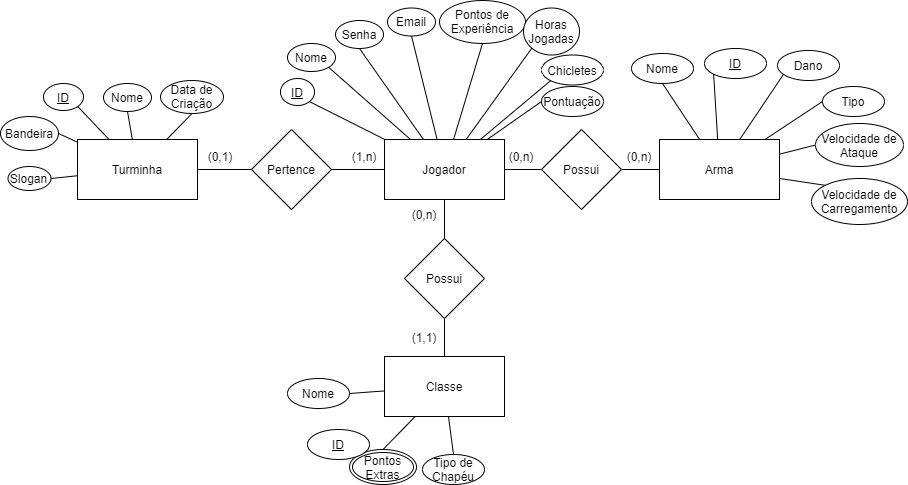
Earlier version of the draw.io export Modelos/Modelo Conceitual.png (Bemesko/Trabalho-Final-Banco-de-Dados). Source tidied: cells renumbered, new cells last; positions are measured from the earlier drawing's top-left corner, leaving out a move shared by most shapes. Its diagram source:
```xml
<mxGraphModel>
  <root>
    <mxCell id="0" />
    <mxCell id="1" parent="0" />
    <mxCell id="2" style="edgeStyle=orthogonalEdgeStyle;rounded=0;jettySize=auto;html=1;exitX=1;exitY=0.5;exitDx=0;exitDy=0;entryX=0;entryY=0.5;entryDx=0;entryDy=0;endArrow=none;endFill=0;" parent="1" edge="1" source="3" target="10">
      <mxGeometry relative="1" as="geometry" />
    </mxCell>
    <mxCell id="3" value="Turminha" style="rounded=0;whiteSpace=wrap;html=1;" parent="1" vertex="1">
      <mxGeometry x="77" y="139" width="120" height="60" as="geometry" />
    </mxCell>
    <mxCell id="4" style="edgeStyle=orthogonalEdgeStyle;rounded=0;jettySize=auto;html=1;exitX=0.5;exitY=1;exitDx=0;exitDy=0;endArrow=none;endFill=0;" parent="1" edge="1" source="6" target="12">
      <mxGeometry relative="1" as="geometry" />
    </mxCell>
    <mxCell id="5" style="edgeStyle=orthogonalEdgeStyle;rounded=0;jettySize=auto;html=1;exitX=1;exitY=0.5;exitDx=0;exitDy=0;endArrow=none;endFill=0;" parent="1" edge="1" source="6" target="14">
      <mxGeometry relative="1" as="geometry" />
    </mxCell>
    <mxCell id="6" value="Jogador" style="rounded=0;whiteSpace=wrap;html=1;" parent="1" vertex="1">
      <mxGeometry x="384" y="139" width="120" height="60" as="geometry" />
    </mxCell>
    <mxCell id="7" value="Arma" style="rounded=0;whiteSpace=wrap;html=1;" parent="1" vertex="1">
      <mxGeometry x="659" y="139" width="120" height="60" as="geometry" />
    </mxCell>
    <mxCell id="8" value="Classe" style="rounded=0;whiteSpace=wrap;html=1;" parent="1" vertex="1">
      <mxGeometry x="384" y="356" width="120" height="60" as="geometry" />
    </mxCell>
    <mxCell id="9" style="edgeStyle=orthogonalEdgeStyle;rounded=0;jettySize=auto;html=1;exitX=1;exitY=0.5;exitDx=0;exitDy=0;endArrow=none;endFill=0;" parent="1" edge="1" source="10" target="6">
      <mxGeometry relative="1" as="geometry" />
    </mxCell>
    <mxCell id="10" value="Pertence" style="rhombus;whiteSpace=wrap;html=1;" parent="1" vertex="1">
      <mxGeometry x="251" y="129" width="80" height="80" as="geometry" />
    </mxCell>
    <mxCell id="11" style="edgeStyle=orthogonalEdgeStyle;rounded=0;jettySize=auto;html=1;exitX=0.5;exitY=1;exitDx=0;exitDy=0;endArrow=none;endFill=0;" parent="1" edge="1" source="12" target="8">
      <mxGeometry relative="1" as="geometry" />
    </mxCell>
    <mxCell id="12" value="Possui" style="rhombus;whiteSpace=wrap;html=1;" parent="1" vertex="1">
      <mxGeometry x="404" y="238" width="80" height="80" as="geometry" />
    </mxCell>
    <mxCell id="13" style="edgeStyle=orthogonalEdgeStyle;rounded=0;jettySize=auto;html=1;exitX=1;exitY=0.5;exitDx=0;exitDy=0;endArrow=none;endFill=0;" parent="1" edge="1" source="14" target="7">
      <mxGeometry relative="1" as="geometry" />
    </mxCell>
    <mxCell id="14" value="Possui" style="rhombus;whiteSpace=wrap;html=1;" parent="1" vertex="1">
      <mxGeometry x="541" y="129" width="80" height="80" as="geometry" />
    </mxCell>
    <mxCell id="15" value="(1,1)" style="text;html=1;strokeColor=none;fillColor=none;align=center;verticalAlign=middle;whiteSpace=wrap;rounded=0;" parent="1" vertex="1">
      <mxGeometry x="404" y="327" width="40" height="20" as="geometry" />
    </mxCell>
    <mxCell id="16" value="(0,n)" style="text;html=1;strokeColor=none;fillColor=none;align=center;verticalAlign=middle;whiteSpace=wrap;rounded=0;" parent="1" vertex="1">
      <mxGeometry x="404" y="204" width="40" height="20" as="geometry" />
    </mxCell>
    <mxCell id="17" value="(1,n)" style="text;html=1;strokeColor=none;fillColor=none;align=center;verticalAlign=middle;whiteSpace=wrap;rounded=0;" parent="1" vertex="1">
      <mxGeometry x="344" y="146" width="40" height="20" as="geometry" />
    </mxCell>
    <mxCell id="18" value="(0,1)" style="text;html=1;strokeColor=none;fillColor=none;align=center;verticalAlign=middle;whiteSpace=wrap;rounded=0;" parent="1" vertex="1">
      <mxGeometry x="200" y="146" width="40" height="20" as="geometry" />
    </mxCell>
    <mxCell id="19" value="(0,n)" style="text;html=1;strokeColor=none;fillColor=none;align=center;verticalAlign=middle;whiteSpace=wrap;rounded=0;" parent="1" vertex="1">
      <mxGeometry x="501" y="146" width="40" height="20" as="geometry" />
    </mxCell>
    <mxCell id="20" value="(0,n)" style="text;html=1;strokeColor=none;fillColor=none;align=center;verticalAlign=middle;whiteSpace=wrap;rounded=0;" parent="1" vertex="1">
      <mxGeometry x="619" y="146" width="40" height="20" as="geometry" />
    </mxCell>
    <mxCell id="21" style="edgeStyle=none;rounded=0;jettySize=auto;html=1;exitX=1;exitY=1;exitDx=0;exitDy=0;endArrow=none;endFill=0;" parent="1" edge="1" source="22" target="3">
      <mxGeometry relative="1" as="geometry" />
    </mxCell>
    <mxCell id="22" value="&lt;u&gt;ID&lt;/u&gt;" style="ellipse;whiteSpace=wrap;html=1;" parent="1" vertex="1">
      <mxGeometry x="43" y="83" width="40" height="27" as="geometry" />
    </mxCell>
    <mxCell id="23" style="edgeStyle=none;rounded=0;jettySize=auto;html=1;exitX=0.5;exitY=1;exitDx=0;exitDy=0;endArrow=none;endFill=0;" parent="1" edge="1" source="24" target="3">
      <mxGeometry relative="1" as="geometry" />
    </mxCell>
    <mxCell id="24" value="Data de Criação" style="ellipse;whiteSpace=wrap;html=1;" parent="1" vertex="1">
      <mxGeometry x="160" y="80" width="63" height="33" as="geometry" />
    </mxCell>
    <mxCell id="25" style="edgeStyle=none;rounded=0;jettySize=auto;html=1;exitX=0.5;exitY=1;exitDx=0;exitDy=0;endArrow=none;endFill=0;" parent="1" edge="1" source="26" target="3">
      <mxGeometry relative="1" as="geometry" />
    </mxCell>
    <mxCell id="26" value="Nome" style="ellipse;whiteSpace=wrap;html=1;" parent="1" vertex="1">
      <mxGeometry x="103" y="83" width="48" height="28" as="geometry" />
    </mxCell>
    <mxCell id="27" style="edgeStyle=none;rounded=0;jettySize=auto;html=1;exitX=1;exitY=0.5;exitDx=0;exitDy=0;endArrow=none;endFill=0;" parent="1" edge="1" source="28" target="3">
      <mxGeometry relative="1" as="geometry" />
    </mxCell>
    <mxCell id="28" value="Bandeira" style="ellipse;whiteSpace=wrap;html=1;" parent="1" vertex="1">
      <mxGeometry y="116" width="58" height="34" as="geometry" />
    </mxCell>
    <mxCell id="29" style="rounded=0;jettySize=auto;html=1;exitX=1;exitY=0.5;exitDx=0;exitDy=0;endArrow=none;endFill=0;" parent="1" edge="1" source="30" target="3">
      <mxGeometry relative="1" as="geometry" />
    </mxCell>
    <mxCell id="30" value="Slogan" style="ellipse;whiteSpace=wrap;html=1;" parent="1" vertex="1">
      <mxGeometry x="7.5" y="166" width="43" height="24" as="geometry" />
    </mxCell>
    <mxCell id="31" style="edgeStyle=none;rounded=0;jettySize=auto;html=1;exitX=1;exitY=1;exitDx=0;exitDy=0;endArrow=none;endFill=0;" parent="1" edge="1" source="32" target="6">
      <mxGeometry relative="1" as="geometry" />
    </mxCell>
    <mxCell id="32" value="Nome" style="ellipse;whiteSpace=wrap;html=1;" parent="1" vertex="1">
      <mxGeometry x="287" y="43" width="48" height="28" as="geometry" />
    </mxCell>
    <mxCell id="33" style="edgeStyle=none;rounded=0;jettySize=auto;html=1;exitX=0.5;exitY=1;exitDx=0;exitDy=0;endArrow=none;endFill=0;" parent="1" edge="1" source="34" target="6">
      <mxGeometry relative="1" as="geometry" />
    </mxCell>
    <mxCell id="34" value="Senha" style="ellipse;whiteSpace=wrap;html=1;" parent="1" vertex="1">
      <mxGeometry x="335" y="20" width="48" height="28" as="geometry" />
    </mxCell>
    <mxCell id="35" style="edgeStyle=none;rounded=0;jettySize=auto;html=1;exitX=0.5;exitY=1;exitDx=0;exitDy=0;endArrow=none;endFill=0;" parent="1" edge="1" source="36" target="6">
      <mxGeometry relative="1" as="geometry" />
    </mxCell>
    <mxCell id="36" value="Email" style="ellipse;whiteSpace=wrap;html=1;" parent="1" vertex="1">
      <mxGeometry x="387" y="7.5" width="48" height="28" as="geometry" />
    </mxCell>
    <mxCell id="37" style="edgeStyle=none;rounded=0;jettySize=auto;html=1;exitX=0.5;exitY=1;exitDx=0;exitDy=0;endArrow=none;endFill=0;" parent="1" edge="1" source="38" target="6">
      <mxGeometry relative="1" as="geometry" />
    </mxCell>
    <mxCell id="38" value="Pontos de Experiência" style="ellipse;whiteSpace=wrap;html=1;" parent="1" vertex="1">
      <mxGeometry x="439" width="86" height="43" as="geometry" />
    </mxCell>
    <mxCell id="39" style="edgeStyle=none;rounded=0;jettySize=auto;html=1;exitX=0;exitY=1;exitDx=0;exitDy=0;endArrow=none;endFill=0;" parent="1" edge="1" source="40" target="6">
      <mxGeometry relative="1" as="geometry" />
    </mxCell>
    <mxCell id="40" value="Horas Jogadas" style="ellipse;whiteSpace=wrap;html=1;" parent="1" vertex="1">
      <mxGeometry x="523" y="7.5" width="56" height="47" as="geometry" />
    </mxCell>
    <mxCell id="41" style="edgeStyle=none;rounded=0;jettySize=auto;html=1;exitX=1;exitY=1;exitDx=0;exitDy=0;endArrow=none;endFill=0;" parent="1" edge="1" source="42" target="6">
      <mxGeometry relative="1" as="geometry" />
    </mxCell>
    <mxCell id="42" value="&lt;u&gt;ID&lt;/u&gt;" style="ellipse;whiteSpace=wrap;html=1;" parent="1" vertex="1">
      <mxGeometry x="280" y="78" width="34" height="27" as="geometry" />
    </mxCell>
    <mxCell id="43" style="edgeStyle=none;rounded=0;jettySize=auto;html=1;exitX=0;exitY=1;exitDx=0;exitDy=0;endArrow=none;endFill=0;" parent="1" edge="1" source="44" target="6">
      <mxGeometry relative="1" as="geometry" />
    </mxCell>
    <mxCell id="44" value="Chicletes" style="ellipse;whiteSpace=wrap;html=1;" parent="1" vertex="1">
      <mxGeometry x="541" y="54.5" width="62" height="30" as="geometry" />
    </mxCell>
    <mxCell id="45" style="edgeStyle=none;rounded=0;jettySize=auto;html=1;exitX=0;exitY=0.5;exitDx=0;exitDy=0;endArrow=none;endFill=0;" parent="1" edge="1" source="46" target="6">
      <mxGeometry relative="1" as="geometry" />
    </mxCell>
    <mxCell id="46" value="Pontuação" style="ellipse;whiteSpace=wrap;html=1;" parent="1" vertex="1">
      <mxGeometry x="541" y="86" width="62" height="30" as="geometry" />
    </mxCell>
    <mxCell id="47" style="edgeStyle=none;rounded=0;jettySize=auto;html=1;exitX=1;exitY=0.5;exitDx=0;exitDy=0;endArrow=none;endFill=0;" parent="1" edge="1" source="48" target="8">
      <mxGeometry relative="1" as="geometry" />
    </mxCell>
    <mxCell id="48" value="Nome" style="ellipse;whiteSpace=wrap;html=1;" parent="1" vertex="1">
      <mxGeometry x="287" y="378" width="62" height="30" as="geometry" />
    </mxCell>
    <mxCell id="49" style="edgeStyle=none;rounded=0;jettySize=auto;html=1;exitX=0;exitY=1;exitDx=0;exitDy=0;endArrow=none;endFill=0;" parent="1" edge="1" source="50" target="7">
      <mxGeometry relative="1" as="geometry" />
    </mxCell>
    <mxCell id="50" value="ID" style="ellipse;whiteSpace=wrap;html=1;fontStyle=4;" parent="1" vertex="1">
      <mxGeometry x="704" y="48" width="62" height="30" as="geometry" />
    </mxCell>
    <mxCell id="51" style="edgeStyle=none;rounded=0;jettySize=auto;html=1;exitX=0.5;exitY=0;exitDx=0;exitDy=0;endArrow=none;endFill=0;" parent="1" edge="1" source="52" target="8">
      <mxGeometry relative="1" as="geometry" />
    </mxCell>
    <mxCell id="52" value="Pontos Extras" style="ellipse;shape=doubleEllipse;margin=3;whiteSpace=wrap;html=1;align=center;" parent="1" vertex="1">
      <mxGeometry x="349" y="449" width="67" height="35" as="geometry" />
    </mxCell>
    <mxCell id="53" style="edgeStyle=none;rounded=0;jettySize=auto;html=1;exitX=0.5;exitY=0;exitDx=0;exitDy=0;endArrow=none;endFill=0;" parent="1" edge="1" source="54" target="8">
      <mxGeometry relative="1" as="geometry" />
    </mxCell>
    <mxCell id="54" value="Tipo de Chapéu" style="ellipse;whiteSpace=wrap;html=1;" parent="1" vertex="1">
      <mxGeometry x="422" y="454" width="62" height="30" as="geometry" />
    </mxCell>
    <mxCell id="55" style="edgeStyle=none;rounded=0;jettySize=auto;html=1;exitX=0.101;exitY=0.783;exitDx=0;exitDy=0;endArrow=none;endFill=0;exitPerimeter=0;" parent="1" edge="1" source="56" target="7">
      <mxGeometry relative="1" as="geometry" />
    </mxCell>
    <mxCell id="56" value="Dano" style="ellipse;whiteSpace=wrap;html=1;" parent="1" vertex="1">
      <mxGeometry x="777" y="50" width="62" height="30" as="geometry" />
    </mxCell>
    <mxCell id="57" value="ID" style="ellipse;whiteSpace=wrap;html=1;fontStyle=4;" parent="1" vertex="1">
      <mxGeometry x="307" y="429" width="62" height="30" as="geometry" />
    </mxCell>
    <mxCell id="58" style="edgeStyle=none;rounded=0;jettySize=auto;html=1;exitX=0.5;exitY=1;exitDx=0;exitDy=0;endArrow=none;endFill=0;" parent="1" edge="1" source="59" target="7">
      <mxGeometry relative="1" as="geometry" />
    </mxCell>
    <mxCell id="59" value="Nome" style="ellipse;whiteSpace=wrap;html=1;" parent="1" vertex="1">
      <mxGeometry x="631" y="53" width="62" height="30" as="geometry" />
    </mxCell>
    <mxCell id="60" style="edgeStyle=none;rounded=0;jettySize=auto;html=1;exitX=0;exitY=0.5;exitDx=0;exitDy=0;endArrow=none;endFill=0;" parent="1" edge="1" source="61" target="7">
      <mxGeometry relative="1" as="geometry" />
    </mxCell>
    <mxCell id="61" value="Tipo" style="ellipse;whiteSpace=wrap;html=1;" parent="1" vertex="1">
      <mxGeometry x="822" y="86" width="62" height="30" as="geometry" />
    </mxCell>
    <mxCell id="62" style="edgeStyle=none;rounded=0;jettySize=auto;html=1;exitX=0;exitY=0.5;exitDx=0;exitDy=0;endArrow=none;endFill=0;" parent="1" edge="1" source="63" target="7">
      <mxGeometry relative="1" as="geometry" />
    </mxCell>
    <mxCell id="63" value="Velocidade de Ataque" style="ellipse;whiteSpace=wrap;html=1;" parent="1" vertex="1">
      <mxGeometry x="815" y="123" width="88" height="43" as="geometry" />
    </mxCell>
    <mxCell id="64" style="edgeStyle=none;rounded=0;jettySize=auto;html=1;exitX=0;exitY=0;exitDx=0;exitDy=0;endArrow=none;endFill=0;" parent="1" edge="1" source="65" target="7">
      <mxGeometry relative="1" as="geometry" />
    </mxCell>
    <mxCell id="65" value="Velocidade de Carregamento" style="ellipse;whiteSpace=wrap;html=1;" parent="1" vertex="1">
      <mxGeometry x="811" y="178" width="96" height="46" as="geometry" />
    </mxCell>
  </root>
</mxGraphModel>
```
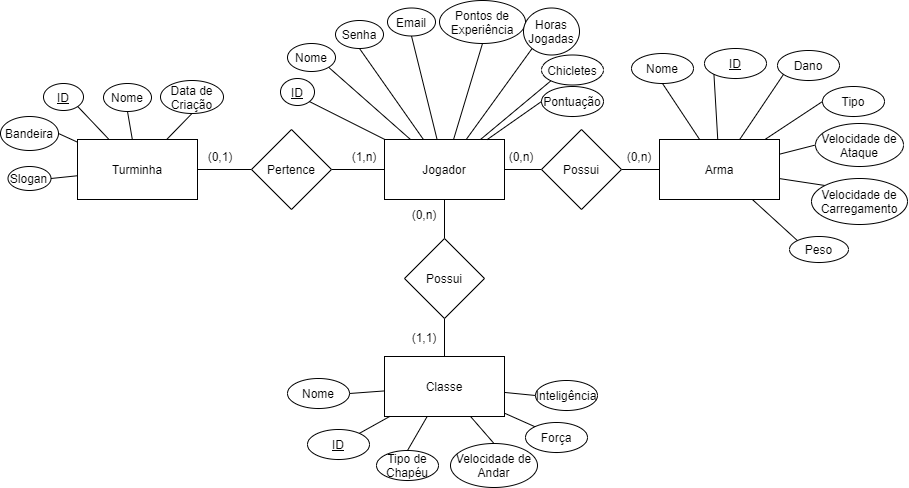
After the change.

What changed in the source:
```diff
@@ -149,17 +149,14 @@
     <mxCell id="50" value="ID" style="ellipse;whiteSpace=wrap;html=1;fontStyle=4;" parent="1" vertex="1">
       <mxGeometry x="704" y="48" width="62" height="30" as="geometry" />
     </mxCell>
-    <mxCell id="51" style="edgeStyle=none;rounded=0;jettySize=auto;html=1;exitX=0.5;exitY=0;exitDx=0;exitDy=0;endArrow=none;endFill=0;" parent="1" edge="1" source="52" target="8">
+    <mxCell id="51" style="edgeStyle=none;rounded=0;jettySize=auto;html=1;endArrow=none;endFill=0;" parent="1" edge="1" source="57" target="8">
       <mxGeometry relative="1" as="geometry" />
     </mxCell>
-    <mxCell id="52" value="Pontos Extras" style="ellipse;shape=doubleEllipse;margin=3;whiteSpace=wrap;html=1;align=center;" parent="1" vertex="1">
-      <mxGeometry x="349" y="449" width="67" height="35" as="geometry" />
-    </mxCell>
     <mxCell id="53" style="edgeStyle=none;rounded=0;jettySize=auto;html=1;exitX=0.5;exitY=0;exitDx=0;exitDy=0;endArrow=none;endFill=0;" parent="1" edge="1" source="54" target="8">
       <mxGeometry relative="1" as="geometry" />
     </mxCell>
     <mxCell id="54" value="Tipo de Chapéu" style="ellipse;whiteSpace=wrap;html=1;" parent="1" vertex="1">
-      <mxGeometry x="422" y="454" width="62" height="30" as="geometry" />
+      <mxGeometry x="376" y="450" width="62" height="30" as="geometry" />
     </mxCell>
     <mxCell id="55" style="edgeStyle=none;rounded=0;jettySize=auto;html=1;exitX=0.101;exitY=0.783;exitDx=0;exitDy=0;endArrow=none;endFill=0;exitPerimeter=0;" parent="1" edge="1" source="56" target="7">
       <mxGeometry relative="1" as="geometry" />
@@ -194,5 +191,29 @@
     <mxCell id="65" value="Velocidade de Carregamento" style="ellipse;whiteSpace=wrap;html=1;" parent="1" vertex="1">
       <mxGeometry x="811" y="178" width="96" height="46" as="geometry" />
     </mxCell>
+    <mxCell id="66" style="rounded=0;jettySize=auto;html=1;exitX=0;exitY=0;exitDx=0;exitDy=0;endArrow=none;endFill=0;" parent="1" edge="1" source="67" target="7">
+      <mxGeometry relative="1" as="geometry" />
+    </mxCell>
+    <mxCell id="67" value="Peso" style="ellipse;whiteSpace=wrap;html=1;" parent="1" vertex="1">
+      <mxGeometry x="789" y="236" width="59" height="26" as="geometry" />
+    </mxCell>
+    <mxCell id="68" style="edgeStyle=none;rounded=0;jettySize=auto;html=1;exitX=0.5;exitY=0;exitDx=0;exitDy=0;endArrow=none;endFill=0;" parent="1" edge="1" source="69" target="8">
+      <mxGeometry relative="1" as="geometry" />
+    </mxCell>
+    <mxCell id="69" value="Velocidade de Andar" style="ellipse;whiteSpace=wrap;html=1;" parent="1" vertex="1">
+      <mxGeometry x="450" y="443" width="87" height="44" as="geometry" />
+    </mxCell>
+    <mxCell id="70" style="edgeStyle=none;rounded=0;jettySize=auto;html=1;exitX=0;exitY=0;exitDx=0;exitDy=0;endArrow=none;endFill=0;" parent="1" edge="1" source="71" target="8">
+      <mxGeometry relative="1" as="geometry" />
+    </mxCell>
+    <mxCell id="71" value="Força" style="ellipse;whiteSpace=wrap;html=1;" parent="1" vertex="1">
+      <mxGeometry x="525" y="422" width="62" height="30" as="geometry" />
+    </mxCell>
+    <mxCell id="72" style="edgeStyle=none;rounded=0;jettySize=auto;html=1;exitX=0;exitY=0.5;exitDx=0;exitDy=0;endArrow=none;endFill=0;" parent="1" edge="1" source="73" target="8">
+      <mxGeometry relative="1" as="geometry" />
+    </mxCell>
+    <mxCell id="73" value="Inteligência" style="ellipse;whiteSpace=wrap;html=1;" parent="1" vertex="1">
+      <mxGeometry x="535" y="380" width="62" height="30" as="geometry" />
+    </mxCell>
   </root>
 </mxGraphModel>
```
